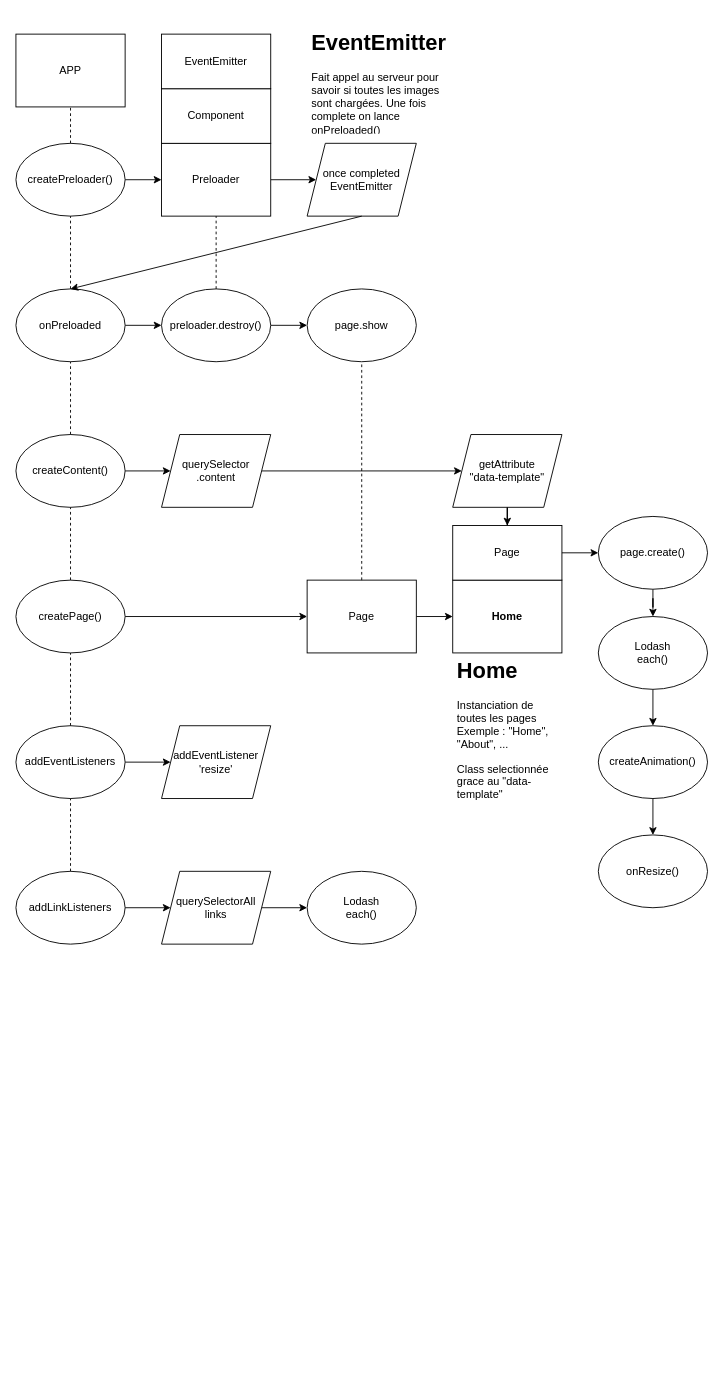
The draw.io diagram Untitled Diagram.drawio in Projet-360/Cours, before the edit. Source tidied: cells renumbered, new cells numbered last; positions are measured from the earlier drawing's top-left corner, leaving out a move shared by most shapes. Both pictures are drawn from the tidied source at 91%, with x=0, y=0 at pixel (15, 25).
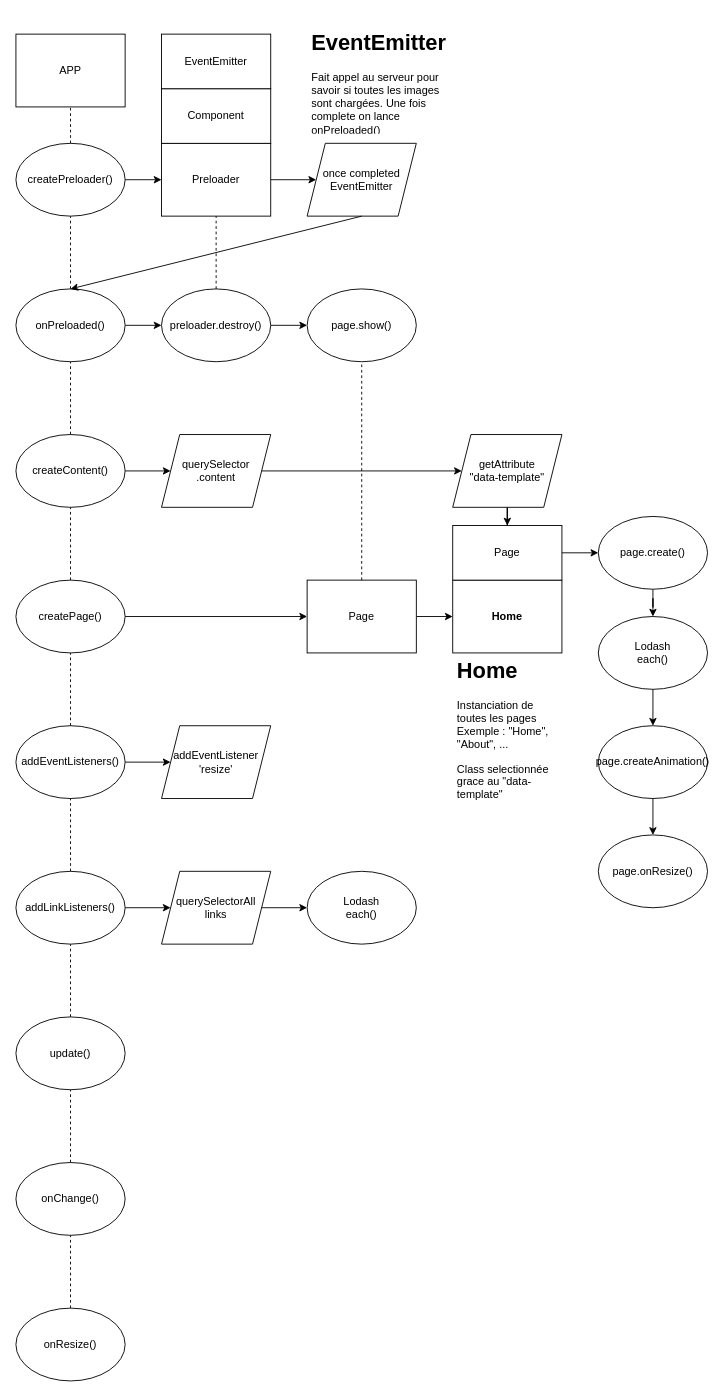
After the change.

Change to the diagram source:
```diff
@@
-    <mxCell id="27" value="createAnimation()" style="ellipse;whiteSpace=wrap;html=1;" parent="1" vertex="1">
+    <mxCell id="27" value="page.createAnimation()" style="ellipse;whiteSpace=wrap;html=1;" parent="1" vertex="1">
       <mxGeometry x="640" y="770" width="120" height="80" as="geometry" />
     </mxCell>
@@
-    <mxCell id="30" value="onPreloaded" style="ellipse;whiteSpace=wrap;html=1;" parent="1" vertex="1">
+    <mxCell id="30" value="onPreloaded()" style="ellipse;whiteSpace=wrap;html=1;" parent="1" vertex="1">
       <mxGeometry y="290" width="120" height="80" as="geometry" />
     </mxCell>
@@
-    <mxCell id="34" value="page.show" style="ellipse;whiteSpace=wrap;html=1;" parent="1" vertex="1">
+    <mxCell id="34" value="page.show()" style="ellipse;whiteSpace=wrap;html=1;" parent="1" vertex="1">
       <mxGeometry x="320" y="290" width="120" height="80" as="geometry" />
     </mxCell>
@@
-    <mxCell id="41" value="&lt;h1&gt;Home&lt;/h1&gt;&lt;p&gt;Instanciation de toutes les pages Exemple : &quot;Home&quot;, &quot;About&quot;, ...&lt;/p&gt;&lt;p&gt;Class selectionnée grace au &quot;data-template&quot;&lt;/p&gt;" style="text;html=1;strokeColor=none;fillColor=none;spacing=5;spacingTop=-20;whiteSpace=wrap;overflow=hidden;rounded=0;" parent="1" vertex="1">
+    <mxCell id="41" value="&lt;h1&gt;Home&lt;/h1&gt;&lt;p&gt;Instanciation de toutes les pages Exemple : &quot;Home&quot;, &quot;About&quot;, ...&lt;/p&gt;&lt;p&gt;&lt;span&gt;Class selectionnée grace au &quot;data-template&quot;&lt;/span&gt;&lt;/p&gt;" style="text;html=1;strokeColor=none;fillColor=none;spacing=5;spacingTop=-20;whiteSpace=wrap;overflow=hidden;rounded=0;" parent="1" vertex="1">
       <mxGeometry x="480" y="690" width="120" height="170" as="geometry" />
     </mxCell>
-    <mxCell id="42" value="onResize()" style="ellipse;whiteSpace=wrap;html=1;" parent="1" vertex="1">
+    <mxCell id="42" value="page.onResize()" style="ellipse;whiteSpace=wrap;html=1;" parent="1" vertex="1">
       <mxGeometry x="640" y="890" width="120" height="80" as="geometry" />
     </mxCell>
@@
-    <mxCell id="44" value="addEventListeners" style="ellipse;whiteSpace=wrap;html=1;" parent="1" vertex="1">
+    <mxCell id="44" value="addEventListeners()" style="ellipse;whiteSpace=wrap;html=1;" parent="1" vertex="1">
       <mxGeometry y="770" width="120" height="80" as="geometry" />
     </mxCell>
@@
-    <mxCell id="47" value="addLinkListeners" style="ellipse;whiteSpace=wrap;html=1;" parent="1" vertex="1">
+    <mxCell id="47" value="addLinkListeners()" style="ellipse;whiteSpace=wrap;html=1;" parent="1" vertex="1">
       <mxGeometry y="930" width="120" height="80" as="geometry" />
     </mxCell>
@@
+    <mxCell id="54" value="update()" style="ellipse;whiteSpace=wrap;html=1;" parent="1" vertex="1">
+      <mxGeometry y="1090" width="120" height="80" as="geometry" />
+    </mxCell>
+    <mxCell id="55" value="onChange()" style="ellipse;whiteSpace=wrap;html=1;" parent="1" vertex="1">
+      <mxGeometry y="1250" width="120" height="80" as="geometry" />
+    </mxCell>
+    <mxCell id="56" style="endArrow=none;dashed=1;html=1;rounded=0;entryX=0.5;entryY=1;entryDx=0;entryDy=0;exitX=0.5;exitY=0;exitDx=0;exitDy=0;" parent="1" edge="1" source="54" target="47">
+      <mxGeometry relative="1" as="geometry" />
+    </mxCell>
+    <mxCell id="57" style="endArrow=none;dashed=1;html=1;rounded=0;entryX=0.5;entryY=1;entryDx=0;entryDy=0;exitX=0.5;exitY=0;exitDx=0;exitDy=0;" parent="1" edge="1" source="55" target="54">
+      <mxGeometry relative="1" as="geometry" />
+    </mxCell>
+    <mxCell id="58" value="onResize()" style="ellipse;whiteSpace=wrap;html=1;" parent="1" vertex="1">
+      <mxGeometry y="1410" width="120" height="80" as="geometry" />
+    </mxCell>
+    <mxCell id="59" style="endArrow=none;dashed=1;html=1;rounded=0;entryX=0.5;entryY=1;entryDx=0;entryDy=0;exitX=0.5;exitY=0;exitDx=0;exitDy=0;" parent="1" edge="1" source="58" target="55">
+      <mxGeometry relative="1" as="geometry" />
+    </mxCell>
```
